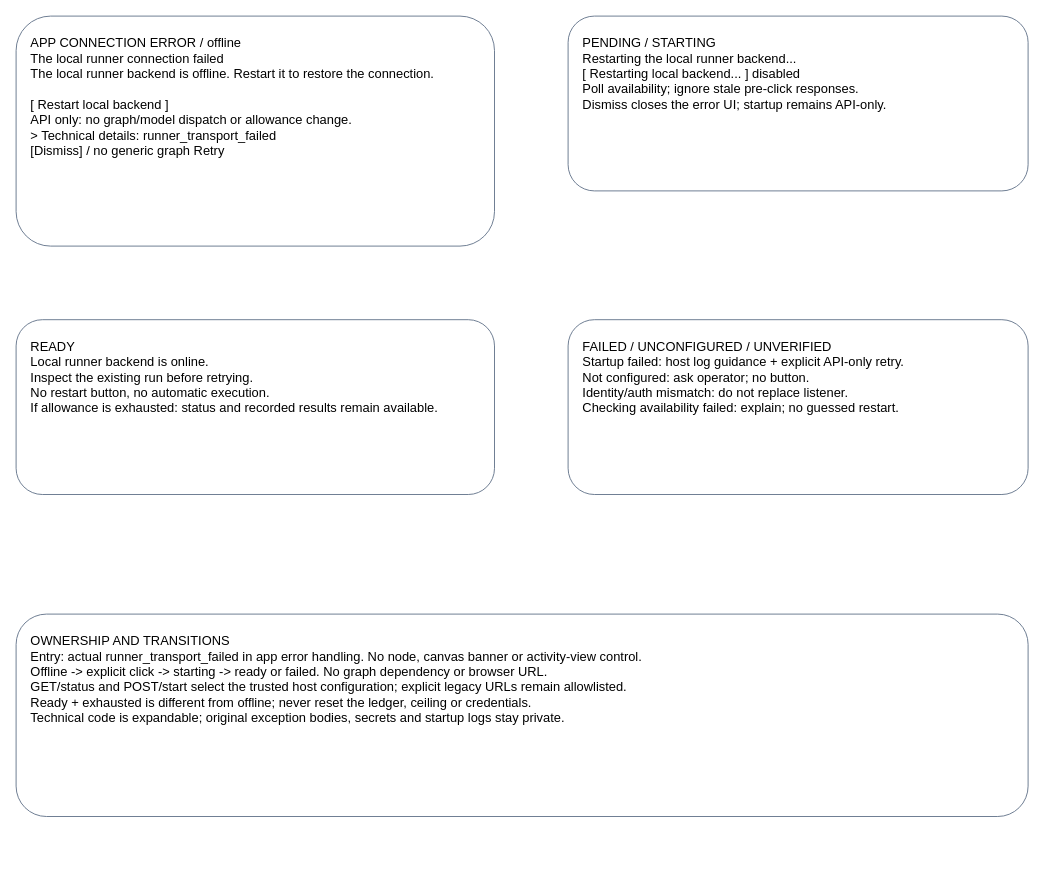
Before: projects/laomedo/subsystems/agent-execution/design/local-runner-recovery.drawio in amadou-6e/specs, a draw.io diagram. Source tidied: cells renumbered, new cells numbered last; positions are measured from the earlier drawing's top-left corner, leaving out a move shared by most shapes. Both pictures are drawn from the tidied source at 92%, with x=0, y=0 at pixel (16, 16).
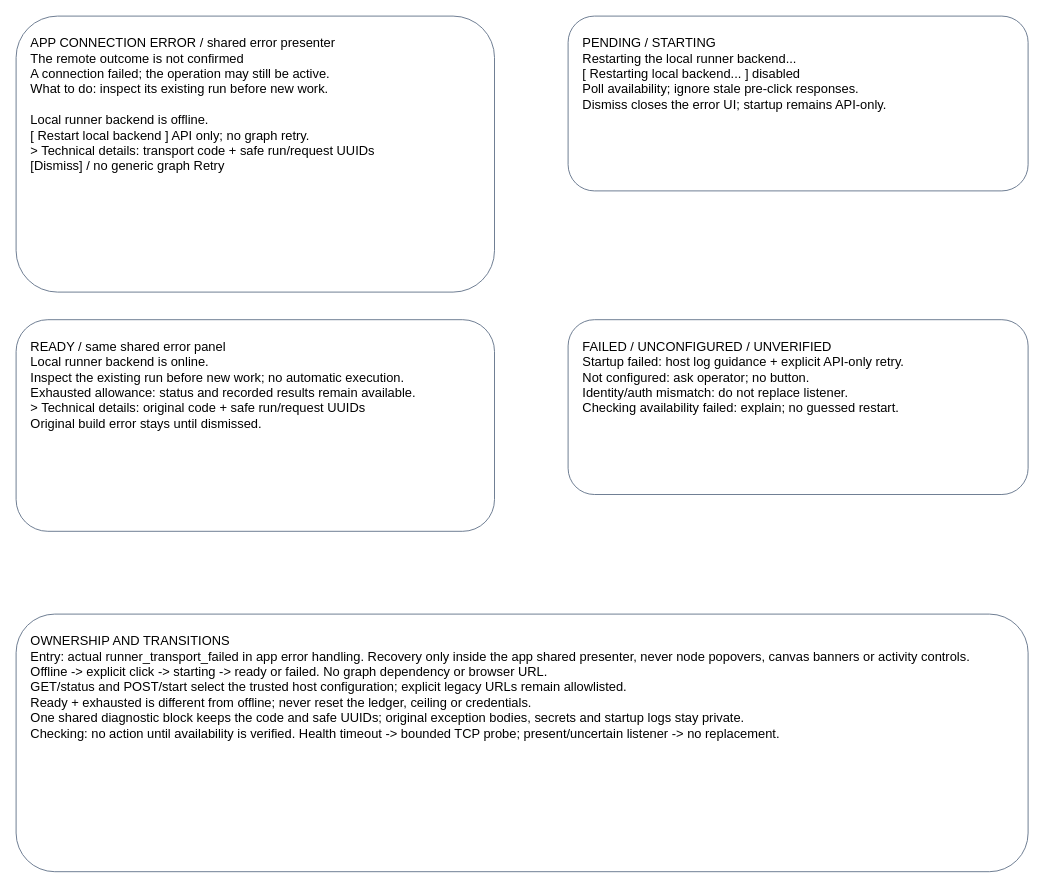
Above is the later version.

Commit message (it also covers changes not shown here):
Specify shared recovery diagnostics and listener safety

The edit, as a diff of the source:
```diff
@@
 <mxGraphModel>
   <root>
     <mxCell id="0" />
     <mxCell id="1" parent="0" />
-    <mxCell id="2" value="APP CONNECTION ERROR / offline&#10;The local runner connection failed&#10;The local runner backend is offline. Restart it to restore the connection.&#10;&#10;[ Restart local backend ]&#10;API only: no graph/model dispatch or allowance change.&#10;&gt; Technical details: runner_transport_failed&#10;[Dismiss] / no generic graph Retry" style="rounded=1;whiteSpace=wrap;html=0;align=left;verticalAlign=top;spacing=16;fontSize=14;fillColor=#ffffff;strokeColor=#64748b;" parent="1" vertex="1">
-      <mxGeometry width="520" height="250" as="geometry" />
+    <mxCell id="2" value="APP CONNECTION ERROR / shared error presenter&#10;The remote outcome is not confirmed&#10;A connection failed; the operation may still be active.&#10;What to do: inspect its existing run before new work.&#10;&#10;Local runner backend is offline.&#10;[ Restart local backend ] API only; no graph retry.&#10;&gt; Technical details: transport code + safe run/request UUIDs&#10;[Dismiss] / no generic graph Retry" style="rounded=1;whiteSpace=wrap;html=0;align=left;verticalAlign=top;spacing=16;fontSize=14;fillColor=#ffffff;strokeColor=#64748b;" parent="1" vertex="1">
+      <mxGeometry width="520" height="300" as="geometry" />
     </mxCell>
     <mxCell id="3" value="PENDING / STARTING&#10;Restarting the local runner backend...&#10;[ Restarting local backend... ] disabled&#10;Poll availability; ignore stale pre-click responses.&#10;Dismiss closes the error UI; startup remains API-only." style="rounded=1;whiteSpace=wrap;html=0;align=left;verticalAlign=top;spacing=16;fontSize=14;fillColor=#ffffff;strokeColor=#64748b;" parent="1" vertex="1">
       <mxGeometry x="600" width="500" height="190" as="geometry" />
     </mxCell>
-    <mxCell id="4" value="READY&#10;Local runner backend is online.&#10;Inspect the existing run before retrying.&#10;No restart button, no automatic execution.&#10;If allowance is exhausted: status and recorded results remain available." style="rounded=1;whiteSpace=wrap;html=0;align=left;verticalAlign=top;spacing=16;fontSize=14;fillColor=#ffffff;strokeColor=#64748b;" parent="1" vertex="1">
-      <mxGeometry y="330" width="520" height="190" as="geometry" />
+    <mxCell id="4" value="READY / same shared error panel&#10;Local runner backend is online.&#10;Inspect the existing run before new work; no automatic execution.&#10;Exhausted allowance: status and recorded results remain available.&#10;&gt; Technical details: original code + safe run/request UUIDs&#10;Original build error stays until dismissed." style="rounded=1;whiteSpace=wrap;html=0;align=left;verticalAlign=top;spacing=16;fontSize=14;fillColor=#ffffff;strokeColor=#64748b;" parent="1" vertex="1">
+      <mxGeometry y="330" width="520" height="230" as="geometry" />
     </mxCell>
     <mxCell id="5" value="FAILED / UNCONFIGURED / UNVERIFIED&#10;Startup failed: host log guidance + explicit API-only retry.&#10;Not configured: ask operator; no button.&#10;Identity/auth mismatch: do not replace listener.&#10;Checking availability failed: explain; no guessed restart." style="rounded=1;whiteSpace=wrap;html=0;align=left;verticalAlign=top;spacing=16;fontSize=14;fillColor=#ffffff;strokeColor=#64748b;" parent="1" vertex="1">
       <mxGeometry x="600" y="330" width="500" height="190" as="geometry" />
     </mxCell>
-    <mxCell id="6" value="OWNERSHIP AND TRANSITIONS&#10;Entry: actual runner_transport_failed in app error handling. No node, canvas banner or activity-view control.&#10;Offline -&gt; explicit click -&gt; starting -&gt; ready or failed. No graph dependency or browser URL.&#10;GET/status and POST/start select the trusted host configuration; explicit legacy URLs remain allowlisted.&#10;Ready + exhausted is different from offline; never reset the ledger, ceiling or credentials.&#10;Technical code is expandable; original exception bodies, secrets and startup logs stay private." style="rounded=1;whiteSpace=wrap;html=0;align=left;verticalAlign=top;spacing=16;fontSize=14;fillColor=#ffffff;strokeColor=#64748b;" parent="1" vertex="1">
-      <mxGeometry y="650" width="1100" height="220" as="geometry" />
+    <mxCell id="6" value="OWNERSHIP AND TRANSITIONS&#10;Entry: actual runner_transport_failed in app error handling. Recovery only inside the app shared presenter, never node popovers, canvas banners or activity controls.&#10;Offline -&gt; explicit click -&gt; starting -&gt; ready or failed. No graph dependency or browser URL.&#10;GET/status and POST/start select the trusted host configuration; explicit legacy URLs remain allowlisted.&#10;Ready + exhausted is different from offline; never reset the ledger, ceiling or credentials.&#10;One shared diagnostic block keeps the code and safe UUIDs; original exception bodies, secrets and startup logs stay private.&#10;Checking: no action until availability is verified. Health timeout -&gt; bounded TCP probe; present/uncertain listener -&gt; no replacement." style="rounded=1;whiteSpace=wrap;html=0;align=left;verticalAlign=top;spacing=16;fontSize=14;fillColor=#ffffff;strokeColor=#64748b;" parent="1" vertex="1">
+      <mxGeometry y="650" width="1100" height="280" as="geometry" />
     </mxCell>
   </root>
 </mxGraphModel>
```
